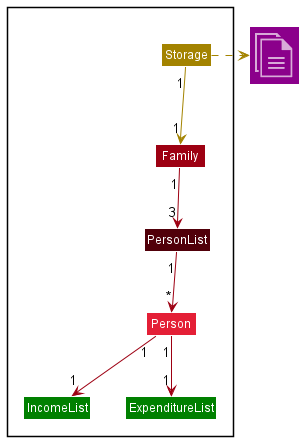
This is docs/images/StorageDiagram.png from nus-cs2113-AY2122S2/tp, a PlantUML export, as it was before one commit.
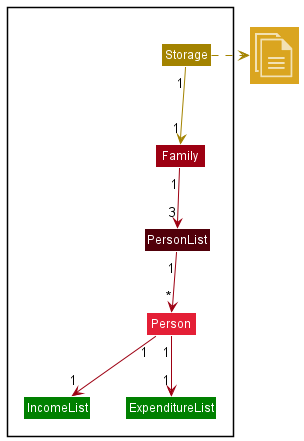
Above is the later version.

Commit message:
Update StorageDiagram file color

Change to the diagram source:
```diff
@@ -16,7 +16,7 @@
 
 }
 
-Class "<$documents>" as File UI_COLOR_T1
+Class "<$documents>" as File STORAGE_COLOR_T3
 Storage -right[STORAGE_COLOR].> File
 Storage "1" -down[STORAGE_COLOR]-> "1" Family
 Family "1" -down[MODEL_COLOR]-> "3" PersonList
```
